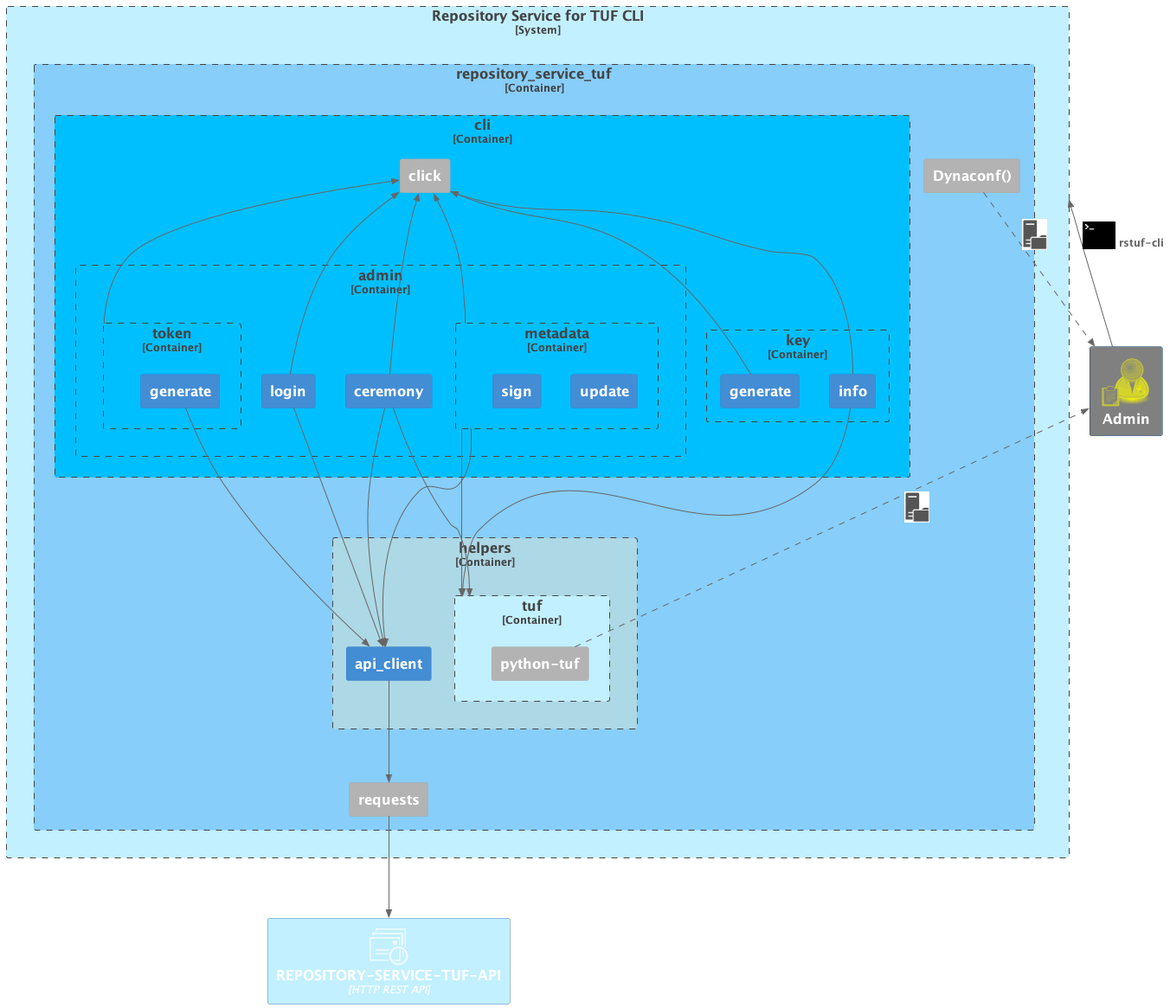
This is docs/source/_static/repository-service-tuf-cli-C3.png from repository-service-tuf/repository-service-tuf-cli, a PlantUML export, as it was before one commit.
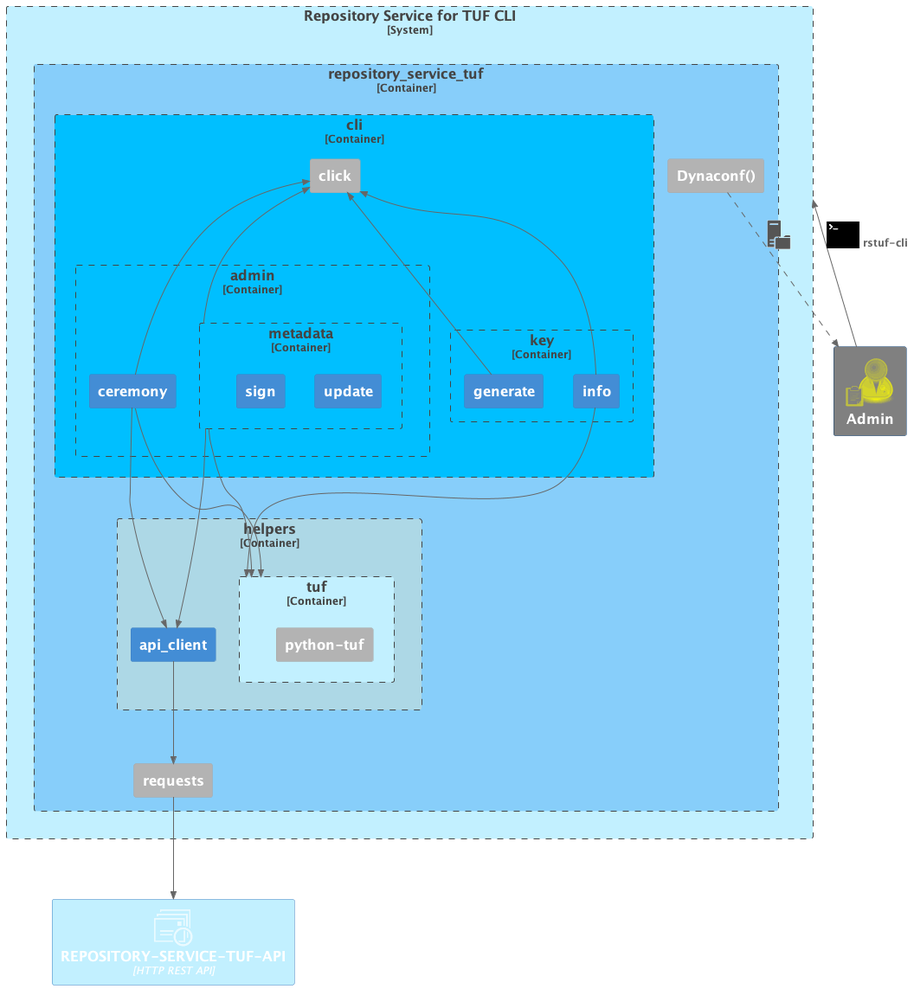
The same file after the commit.

Change to the diagram source:
```diff
@@ -51,10 +51,6 @@
                     Container(sign, "sign")
 
                 }
-                Container(login, "login")
-                Container_Boundary(token, "token"){
-                    Container(generate, "generate")
-                }
             }
             Container_Boundary(key, "key") {
                 Container(key_generate, "generate")
@@ -81,16 +77,11 @@
 Rel(ceremony, api_client, " ")
 Rel(metadata, tuf, " ")
 Rel(metadata, api_client, " ")
-Rel_R(generate, api_client, " ")
-Rel_L(token, click, " ")
-Rel(login, api_client, " ")
 Rel(api_client, requests, " ")
 Rel(dynaconf, user, " ", $tags="os")
-Rel(python_tuf, user, " ", $tags="os")
 Rel_U(ceremony, click, " ")
 Rel_U(key_generate, click, " ")
 Rel_U(info, click, " ")
-Rel_U(login, click, " ")
 Rel_U(metadata, click, " ")
 Rel(requests, tuf_repository_service_api, " ")
 
```
